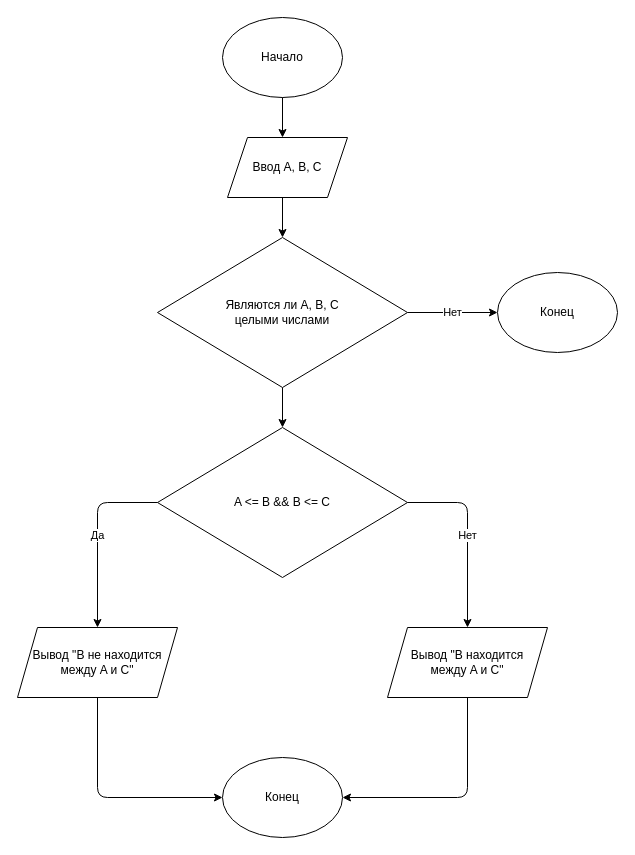
The draw.io diagram LR3/task_1.drawio in k0rshik/korshikov_pie_33_0, before the edit. Source tidied: cells renumbered, new cells numbered last; positions are measured from the earlier drawing's top-left corner, leaving out a move shared by most shapes. Both pictures are drawn from the tidied source at 100%, with x=0, y=0 at pixel (17, 17).
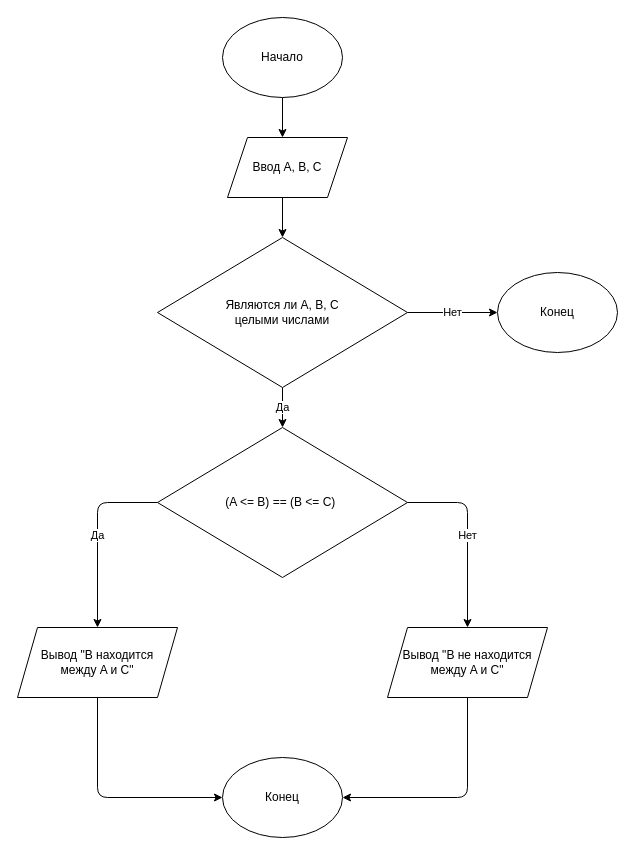
Above is the later version.

The change refers to these unchanged cells:
```xml
<mxCell id="6" value="Являются ли A, B, C&lt;br&gt;целыми числами" style="rhombus;whiteSpace=wrap;html=1;" parent="1" vertex="1">
  <mxGeometry x="140" y="220" width="250" height="150" as="geometry" />
</mxCell>
```

Diff of the diagram source:
```diff
@@
-    <mxCell id="5" style="edgeStyle=none;html=1;entryX=0.5;entryY=0;entryDx=0;entryDy=0;" parent="1" edge="1" source="6" target="9">
+    <mxCell id="5" value="Да" style="edgeStyle=none;html=1;entryX=0.5;entryY=0;entryDx=0;entryDy=0;" parent="1" edge="1" source="6" target="9">
       <mxGeometry relative="1" as="geometry" />
     </mxCell>
@@
-    <mxCell id="9" value="A &amp;lt;= B &amp;amp;&amp;amp; B &amp;lt;= C" style="rhombus;whiteSpace=wrap;html=1;" parent="1" vertex="1">
+    <mxCell id="9" value="(A &amp;lt;= B) == (B &amp;lt;= C)&amp;nbsp;" style="rhombus;whiteSpace=wrap;html=1;" parent="1" vertex="1">
       <mxGeometry x="140" y="410" width="250" height="150" as="geometry" />
     </mxCell>
@@
-    <mxCell id="12" value="Вывод &quot;B не находится&lt;br&gt;между A и С&quot;" style="shape=parallelogram;perimeter=parallelogramPerimeter;whiteSpace=wrap;html=1;fixedSize=1;" parent="1" vertex="1">
+    <mxCell id="12" value="Вывод &quot;B находится&lt;br&gt;между A и С&quot;" style="shape=parallelogram;perimeter=parallelogramPerimeter;whiteSpace=wrap;html=1;fixedSize=1;" parent="1" vertex="1">
       <mxGeometry y="610" width="160" height="70" as="geometry" />
     </mxCell>
@@
-    <mxCell id="16" value="Вывод &quot;B находится&lt;br&gt;между A и С&quot;" style="shape=parallelogram;perimeter=parallelogramPerimeter;whiteSpace=wrap;html=1;fixedSize=1;" parent="1" vertex="1">
+    <mxCell id="16" value="Вывод &quot;B не находится&lt;br&gt;между A и С&quot;" style="shape=parallelogram;perimeter=parallelogramPerimeter;whiteSpace=wrap;html=1;fixedSize=1;" parent="1" vertex="1">
       <mxGeometry x="370" y="610" width="160" height="70" as="geometry" />
     </mxCell>
```
